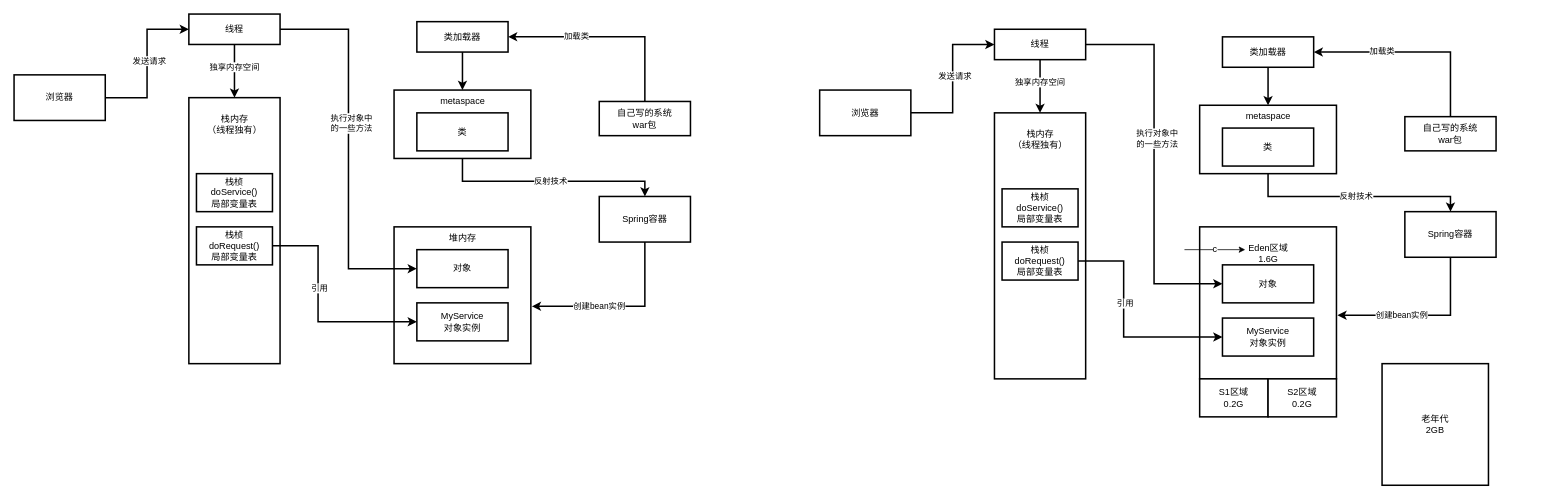
The draw.io diagram Interview explore/assets/jvm运行原理.drawio in knd11/web-develop, before the edit. Source tidied: cells renumbered, new cells numbered last; positions are measured from the earlier drawing's top-left corner, leaving out a move shared by most shapes. Both pictures are drawn from the tidied source at 76%, with x=0, y=0 at pixel (14, 14).
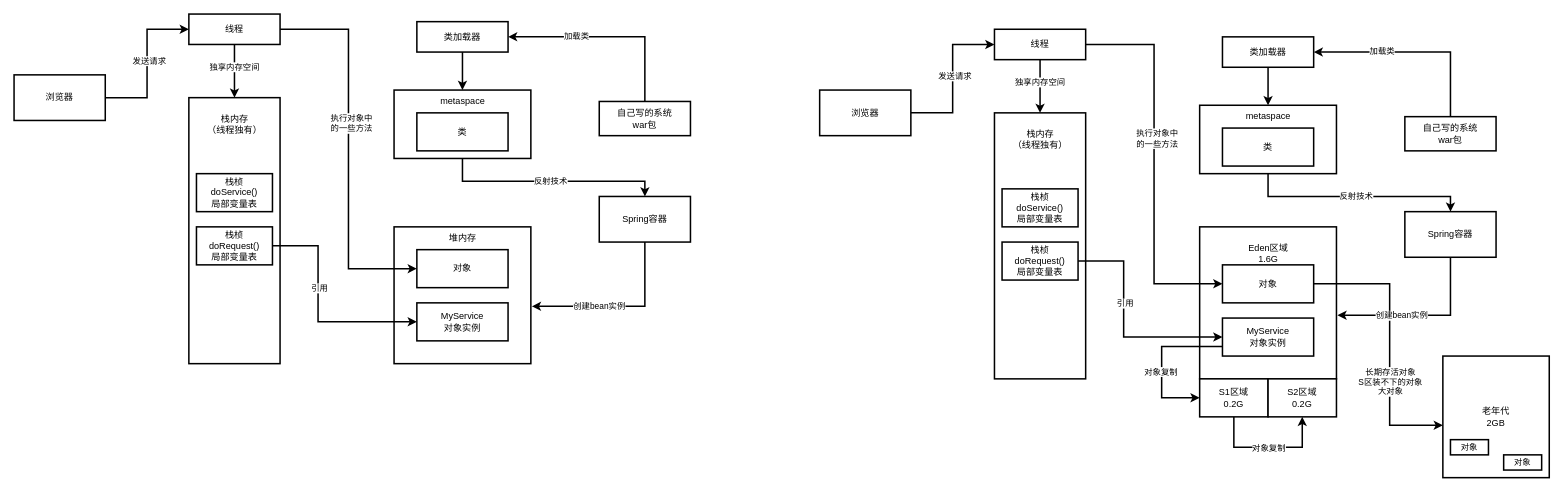
Above is the later version.

The change refers to these unchanged cells:
```xml
<mxCell id="38" value="对象" style="rounded=0;whiteSpace=wrap;html=1;strokeWidth=2;" parent="1" vertex="1">
  <mxGeometry x="1590" y="330" width="120" height="50" as="geometry" />
</mxCell>
<mxCell id="60" value="MyService&lt;br&gt;对象实例" style="rounded=0;whiteSpace=wrap;html=1;strokeWidth=2;" parent="1" vertex="1">
  <mxGeometry x="1590" y="400" width="120" height="50" as="geometry" />
</mxCell>
<mxCell id="62" value="S1区域&lt;div&gt;0.2G&lt;/div&gt;" style="rounded=0;whiteSpace=wrap;html=1;strokeWidth=2;" parent="1" vertex="1">
  <mxGeometry x="1560" y="480" width="90" height="50" as="geometry" />
</mxCell>
<mxCell id="63" value="S2区域&lt;div&gt;0.2G&lt;/div&gt;" style="rounded=0;whiteSpace=wrap;html=1;strokeWidth=2;" parent="1" vertex="1">
  <mxGeometry x="1650" y="480" width="90" height="50" as="geometry" />
</mxCell>
```

What changed in the source:
```diff
@@
+    <mxCell id="66" style="edgeStyle=orthogonalEdgeStyle;rounded=0;jettySize=auto;html=1;strokeWidth=2;entryX=0;entryY=0.5;entryDx=0;entryDy=0;exitX=0;exitY=0.75;exitDx=0;exitDy=0;" parent="1" edge="1" source="60" target="62">
+      <mxGeometry relative="1" as="geometry">
+        <Array as="points">
+          <mxPoint x="1510" y="438" />
+          <mxPoint x="1510" y="505" />
+        </Array>
+      </mxGeometry>
+    </mxCell>
+    <mxCell id="67" value="对象复制" style="edgeLabel;html=1;align=center;verticalAlign=middle;" parent="66" vertex="1">
+      <mxGeometry x="0.04" y="-2" relative="1" as="geometry">
+        <mxPoint y="10" as="offset" />
+      </mxGeometry>
+    </mxCell>
+    <mxCell id="68" style="edgeStyle=orthogonalEdgeStyle;shape=connector;rounded=0;jettySize=auto;html=1;strokeColor=default;strokeWidth=2;align=center;verticalAlign=middle;fontFamily=Helvetica;fontSize=11;fontColor=default;labelBackgroundColor=default;endArrow=classic;entryX=0;entryY=0.569;entryDx=0;entryDy=0;entryPerimeter=0;" parent="1" edge="1" source="38" target="64">
+      <mxGeometry relative="1" as="geometry">
+        <Array as="points">
+          <mxPoint x="1810" y="355" />
+          <mxPoint x="1810" y="541" />
+        </Array>
+      </mxGeometry>
+    </mxCell>
+    <mxCell id="69" value="长期存活对象&lt;div&gt;S区装不下的对象&lt;/div&gt;&lt;div&gt;大对象&lt;/div&gt;" style="edgeLabel;html=1;align=center;verticalAlign=middle;fontFamily=Helvetica;fontSize=11;fontColor=default;labelBackgroundColor=default;" parent="68" vertex="1">
+      <mxGeometry x="0.28" relative="1" as="geometry" />
+    </mxCell>
@@
+    <mxCell id="70" style="edgeStyle=orthogonalEdgeStyle;rounded=0;jettySize=auto;html=1;strokeWidth=2;entryX=0.5;entryY=1;entryDx=0;entryDy=0;exitX=0.5;exitY=1;exitDx=0;exitDy=0;" parent="1" edge="1" source="62" target="63">
+      <mxGeometry relative="1" as="geometry">
+        <Array as="points">
+          <mxPoint x="1605" y="570" />
+          <mxPoint x="1695" y="570" />
+        </Array>
+      </mxGeometry>
+    </mxCell>
+    <mxCell id="71" value="对象复制" style="edgeLabel;html=1;align=center;verticalAlign=middle;fontFamily=Helvetica;fontSize=11;fontColor=default;labelBackgroundColor=default;" parent="70" vertex="1">
+      <mxGeometry x="-0.01" y="-3" relative="1" as="geometry">
+        <mxPoint x="1" y="-3" as="offset" />
+      </mxGeometry>
+    </mxCell>
@@
     <mxCell id="64" value="老年代&lt;div&gt;2GB&lt;/div&gt;" style="rounded=0;whiteSpace=wrap;html=1;strokeColor=default;strokeWidth=2;align=center;verticalAlign=middle;fontFamily=Helvetica;fontSize=12;fontColor=default;fillColor=default;" parent="1" vertex="1">
-      <mxGeometry x="1800" y="460" width="140" height="160" as="geometry" />
+      <mxGeometry x="1880" y="450" width="140" height="160" as="geometry" />
     </mxCell>
-    <mxCell id="65" value="c" style="edgeStyle=none;orthogonalLoop=1;jettySize=auto;html=1;rounded=0;fontFamily=Helvetica;fontSize=12;fontColor=default;" parent="1" edge="1">
-      <mxGeometry relative="1" as="geometry">
-        <mxPoint x="1540" y="310" as="sourcePoint" />
-        <mxPoint x="1620" y="310" as="targetPoint" />
-      </mxGeometry>
-    </mxCell>
+    <mxCell id="72" value="对象" style="rounded=0;whiteSpace=wrap;html=1;fontFamily=Helvetica;fontSize=11;fontColor=default;labelBackgroundColor=default;strokeWidth=2;" parent="1" vertex="1">
+      <mxGeometry x="1890" y="560" width="50" height="20" as="geometry" />
+    </mxCell>
+    <mxCell id="73" value="对象" style="rounded=0;whiteSpace=wrap;html=1;fontFamily=Helvetica;fontSize=11;fontColor=default;labelBackgroundColor=default;strokeWidth=2;" parent="1" vertex="1">
+      <mxGeometry x="1960" y="580" width="50" height="20" as="geometry" />
+    </mxCell>
```
